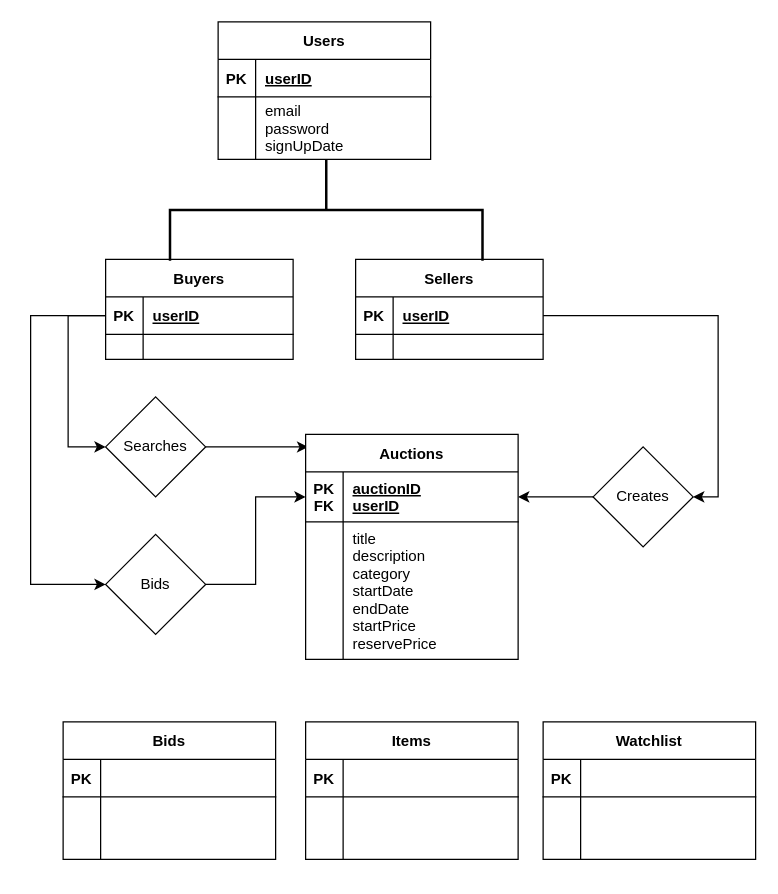
Above: ER_diagram.drawio in shaundbs/databases-coursework (draw.io), before the change. Source tidied: cells renumbered, new cells numbered last; positions are measured from the earlier drawing's top-left corner, leaving out a move shared by most shapes. Both pictures are drawn from the tidied source at 125%, with x=0, y=0 at pixel (30, 21).
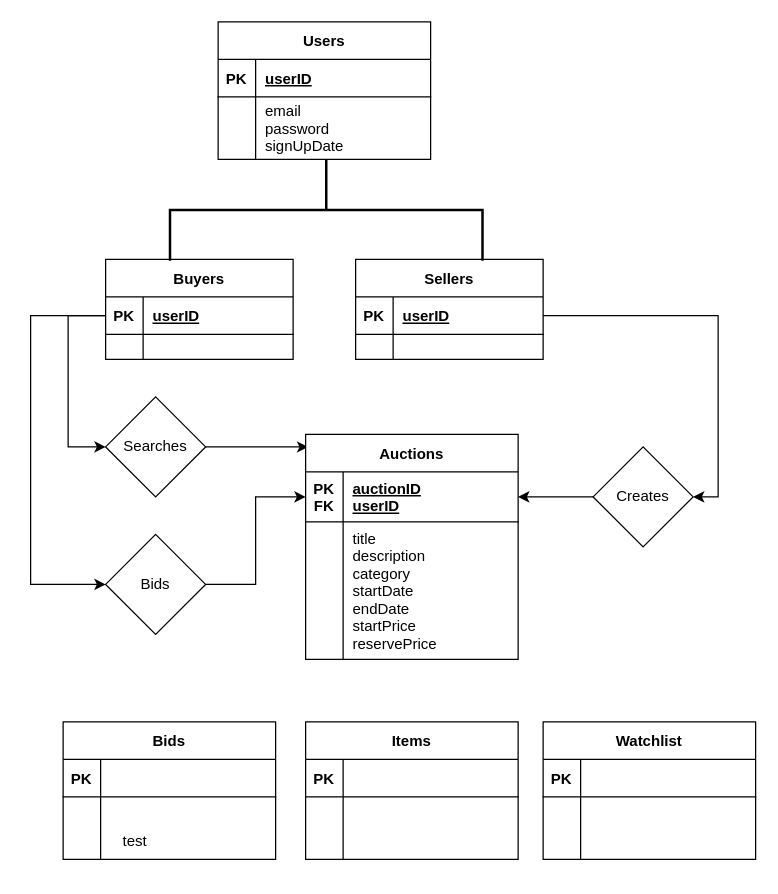
The same page after the edit.

What changed in the source:
```diff
@@
-    <mxCell id="47" style="shape=partialRectangle;overflow=hidden;fillColor=none;top=0;left=0;bottom=0;right=0;align=left;spacingLeft=6;" parent="1" vertex="1">
+    <mxCell id="47" value="test" style="shape=partialRectangle;overflow=hidden;fillColor=none;top=0;left=0;bottom=0;right=0;align=left;spacingLeft=6;" parent="1" vertex="1">
       <mxGeometry x="66" y="630" width="140" height="50" as="geometry" />
     </mxCell>
```
